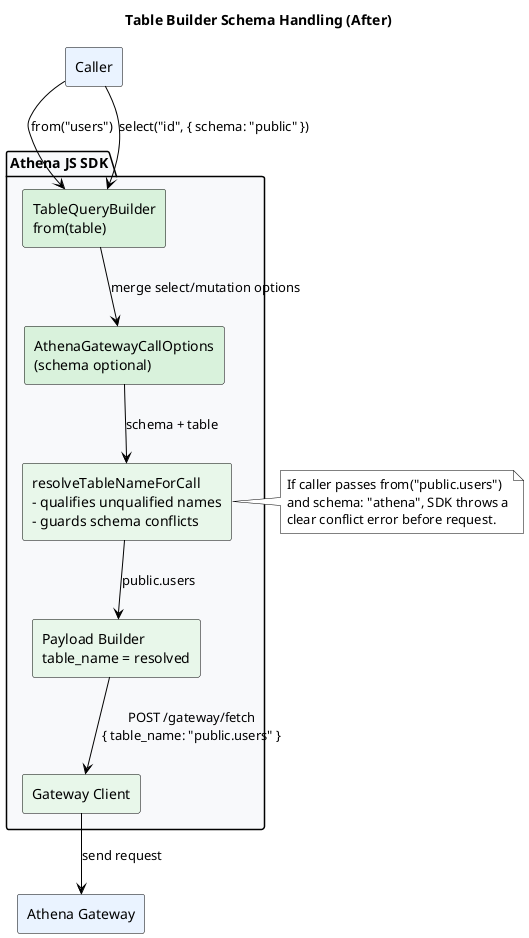
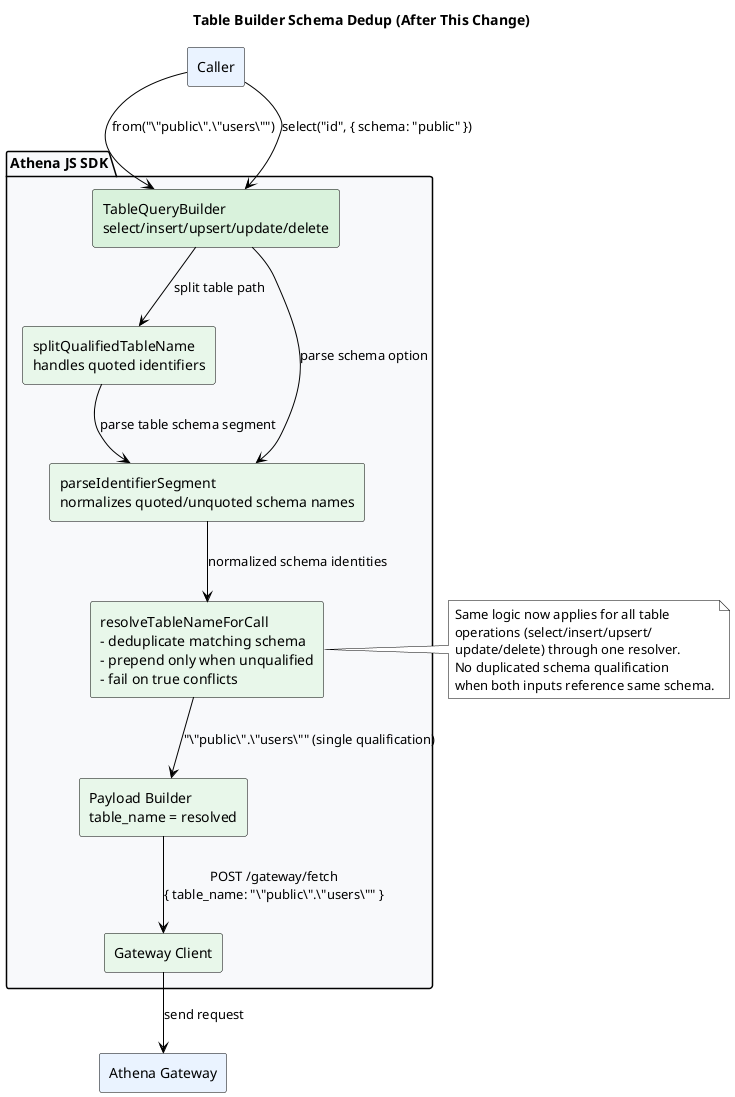
@startuml
skinparam backgroundColor #FFFFFF
skinparam defaultFontColor #000000
skinparam ArrowColor #000000
skinparam PackageBorderColor #000000
skinparam PackageBackgroundColor #F8F9FB
skinparam RectangleBorderColor #000000
skinparam RectangleFontColor #000000
skinparam RectangleBackgroundColor #E8F5E9
skinparam NoteBackgroundColor #FFFFFF
skinparam NoteBorderColor #000000

- title Table Builder Schema Handling (After)
+ title Table Builder Schema Dedup (After This Change)

package "Athena JS SDK" {
-   rectangle "TableQueryBuilder\nfrom(table)" as Builder #D9F2DC
-   rectangle "AthenaGatewayCallOptions\n(schema optional)" as Options #D9F2DC
-   rectangle "resolveTableNameForCall\n- qualifies unqualified names\n- guards schema conflicts" as Resolver #E8F7EA
+   rectangle "TableQueryBuilder\nselect/insert/upsert/update/delete" as Builder #D9F2DC
+   rectangle "splitQualifiedTableName\nhandles quoted identifiers" as Splitter #E8F7EA
+   rectangle "parseIdentifierSegment\nnormalizes quoted/unquoted schema names" as Parser #E8F7EA
+   rectangle "resolveTableNameForCall\n- deduplicate matching schema\n- prepend only when unqualified\n- fail on true conflicts" as Resolver #E8F7EA
  rectangle "Payload Builder\ntable_name = resolved" as Payload #E8F7EA
  rectangle "Gateway Client" as Gateway #E8F7EA
}

rectangle "Caller" as Caller #EAF3FF
rectangle "Athena Gateway" as Api #EAF3FF

- Caller --> Builder : from("users")
+ Caller --> Builder : from("\"public\".\"users\"")
Caller --> Builder : select("id", { schema: "public" })
- Builder --> Options : merge select/mutation options
- Options --> Resolver : schema + table
- Resolver --> Payload : "public.users"
- Payload --> Gateway : POST /gateway/fetch\n{ table_name: "public.users" }
+ Builder --> Splitter : split table path
+ Splitter --> Parser : parse table schema segment
+ Builder --> Parser : parse schema option
+ Parser --> Resolver : normalized schema identities
+ Resolver --> Payload : "\"public\".\"users\"" (single qualification)
+ Payload --> Gateway : POST /gateway/fetch\n{ table_name: "\"public\".\"users\"" }
Gateway --> Api : send request

note right of Resolver
- If caller passes from("public.users")
- and schema: "athena", SDK throws a
- clear conflict error before request.
+ Same logic now applies for all table
+ operations (select/insert/upsert/
+ update/delete) through one resolver.
+ No duplicated schema qualification
+ when both inputs reference same schema.
end note

@enduml
